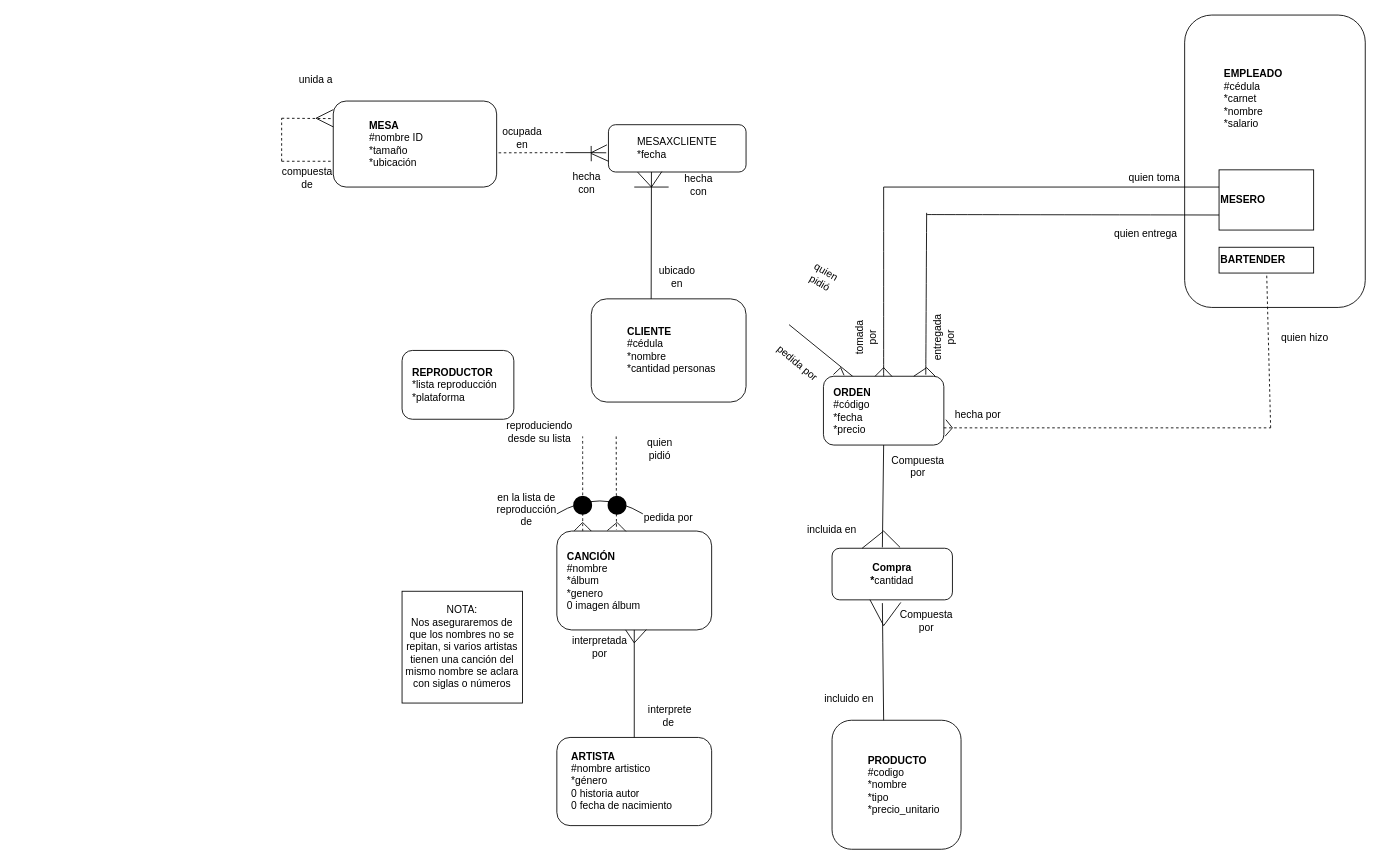
Above: Trabajo1/ModeloER.drawio in M1moreno/EntregasBD (draw.io), before the change. Source tidied: cells renumbered, new cells numbered last; positions are measured from the earlier drawing's top-left corner, leaving out a move shared by most shapes. Both pictures are drawn from the tidied source at 86%, with x=0, y=0 at pixel (281, 15). Pictures stored in the file or linked from it are replaced by grey dashed boxes.
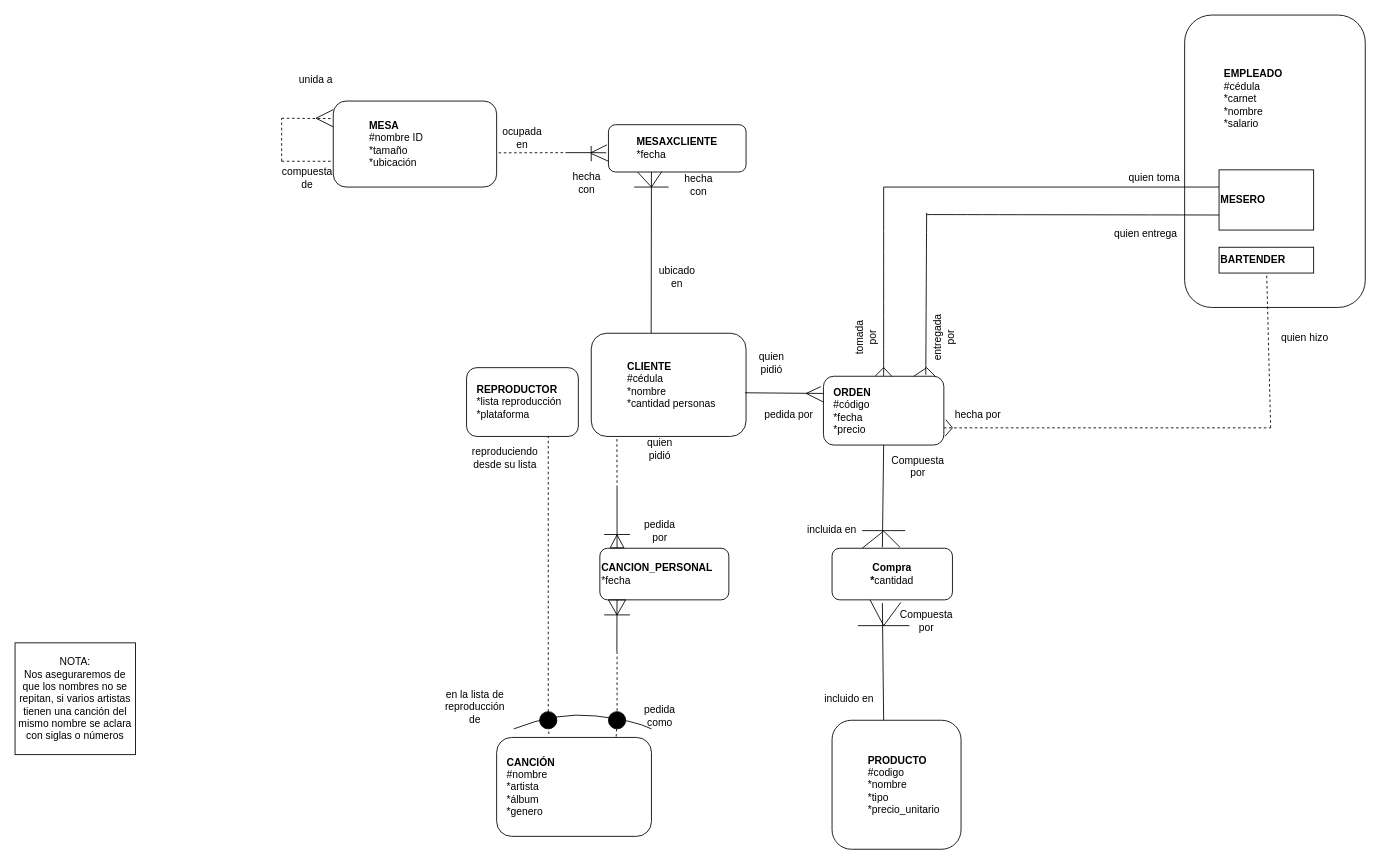
The same diagram, later.

Unchanged cells that the change refers to:
```xml
<mxCell id="15" style="rounded=1;whiteSpace=wrap;html=1;" parent="14" vertex="1">
  <mxGeometry width="140" height="80" as="geometry" />
</mxCell>
<mxCell id="16" value="&lt;div&gt;&lt;b&gt;ORDEN&lt;/b&gt;&lt;/div&gt;&lt;div&gt;#código&lt;/div&gt;&lt;div&gt;*fecha&lt;/div&gt;&lt;div&gt;*precio&lt;/div&gt;" style="text;html=1;strokeColor=none;fillColor=none;align=left;verticalAlign=middle;whiteSpace=wrap;rounded=0;" parent="14" vertex="1">
  <mxGeometry x="10" y="5" width="120" height="70" as="geometry" />
</mxCell>
<mxCell id="18" style="rounded=1;whiteSpace=wrap;html=1;" parent="17" vertex="1">
  <mxGeometry width="180" height="115" as="geometry" />
</mxCell>
```

What changed in the source:
```diff
@@
-    <mxCell id="2" style="endArrow=none;html=1;rounded=0;entryX=0.25;entryY=0;entryDx=0;entryDy=0;" parent="1" edge="1" target="16">
-      <mxGeometry relative="1" as="geometry">
-        <mxPoint x="590" y="360" as="sourcePoint" />
-      </mxGeometry>
-    </mxCell>
@@
     <mxCell id="4" value="&lt;blockquote style=&quot;margin: 0 0 0 40px ; border: none ; padding: 0px&quot;&gt;&lt;b&gt;CLIENTE&lt;br&gt;&lt;/b&gt;#cédula&lt;br&gt;*nombre&lt;br&gt;*cantidad personas&lt;/blockquote&gt;" style="rounded=1;whiteSpace=wrap;html=1;align=left;" parent="1" vertex="1">
-      <mxGeometry x="360" y="330" width="180" height="120" as="geometry" />
+      <mxGeometry x="360" y="370" width="180" height="120" as="geometry" />
     </mxCell>
@@
     <mxCell id="11" style="group;" parent="1" vertex="1">
-      <mxGeometry x="140" y="390" width="130" height="80" as="geometry" />
+      <mxGeometry x="215" y="410" width="130" height="80" as="geometry" />
     </mxCell>
@@
     <mxCell id="17" style="group;" parent="1" vertex="1">
-      <mxGeometry x="320" y="600" width="180" height="115" as="geometry" />
+      <mxGeometry x="250" y="840" width="180" height="115" as="geometry" />
     </mxCell>
@@
-    <mxCell id="19" value="&lt;b&gt;CANCIÓN&lt;/b&gt;&lt;br&gt;#nombre&lt;br&gt;*álbum&lt;br&gt;*genero&lt;br&gt;0 imagen álbum" style="text;html=1;strokeColor=none;fillColor=none;align=left;verticalAlign=middle;whiteSpace=wrap;rounded=0;" parent="17" vertex="1">
+    <mxCell id="19" value="&lt;b&gt;CANCIÓN&lt;/b&gt;&lt;br&gt;#nombre&lt;br&gt;*artista&lt;br&gt;*álbum&lt;br&gt;*genero" style="text;html=1;strokeColor=none;fillColor=none;align=left;verticalAlign=middle;whiteSpace=wrap;rounded=0;" parent="17" vertex="1">
       <mxGeometry x="10" y="12.5" width="160" height="90" as="geometry" />
     </mxCell>
-    <mxCell id="20" style="group;" parent="1" vertex="1">
-      <mxGeometry x="320" y="840" width="180" height="102.5" as="geometry" />
-    </mxCell>
-    <mxCell id="21" style="rounded=1;whiteSpace=wrap;html=1;" parent="20" vertex="1">
-      <mxGeometry width="180" height="102.5" as="geometry" />
-    </mxCell>
-    <mxCell id="22" value="&lt;div&gt;&lt;b&gt;ARTISTA&lt;/b&gt;&lt;/div&gt;&lt;div&gt;#nombre artistico&lt;/div&gt;&lt;div&gt;*género&lt;/div&gt;&lt;div&gt;0 historia autor&lt;/div&gt;&lt;div&gt;0 fecha de nacimiento&lt;/div&gt;" style="text;html=1;strokeColor=none;fillColor=none;align=left;verticalAlign=middle;whiteSpace=wrap;rounded=0;" parent="20" vertex="1">
-      <mxGeometry x="15" y="11.2" width="150" height="80" as="geometry" />
-    </mxCell>
@@
-    <mxCell id="25" style="endArrow=none;dashed=1;html=1;rounded=0;entryX=0.385;entryY=-0.013;entryDx=0;entryDy=0;entryPerimeter=0;" parent="1" edge="1" target="18">
-      <mxGeometry relative="1" as="geometry">
-        <mxPoint x="389" y="490" as="sourcePoint" />
-      </mxGeometry>
+    <mxCell id="25" style="endArrow=none;dashed=1;html=1;rounded=0;entryX=0.772;entryY=0;entryDx=0;entryDy=0;entryPerimeter=0;startArrow=none;" parent="1" edge="1" source="104" target="18">
+      <mxGeometry relative="1" as="geometry" />
     </mxCell>
@@
-    <mxCell id="27" style="endArrow=none;html=1;rounded=0;entryX=0.5;entryY=0;entryDx=0;entryDy=0;exitX=0.5;exitY=1;exitDx=0;exitDy=0;" parent="1" edge="1" source="18" target="21">
-      <mxGeometry relative="1" as="geometry" />
-    </mxCell>
-    <mxCell id="28" style="endArrow=none;html=1;curved=1;" parent="1" edge="1">
-      <mxGeometry relative="1" as="geometry">
-        <mxPoint x="320" y="580" as="sourcePoint" />
-        <mxPoint x="420" y="580" as="targetPoint" />
-        <Array as="points">
-          <mxPoint x="370" y="550" />
-        </Array>
-      </mxGeometry>
-    </mxCell>
@@
-    <mxCell id="30" style="shape=ellipse;html=1;fillColor=#000000;strokeWidth=2;verticalLabelPosition=bottom;verticalAlignment=top;perimeter=ellipsePerimeter;" parent="1" vertex="1">
-      <mxGeometry x="340" y="560" width="20" height="20" as="geometry" />
-    </mxCell>
-    <mxCell id="31" style="shape=ellipse;html=1;fillColor=#000000;strokeWidth=2;verticalLabelPosition=bottom;verticalAlignment=top;perimeter=ellipsePerimeter;" parent="1" vertex="1">
-      <mxGeometry x="380" y="560" width="20" height="20" as="geometry" />
-    </mxCell>
@@
-    <mxCell id="35" style="endArrow=none;html=1;curved=1;exitX=0.111;exitY=0;exitDx=0;exitDy=0;exitPerimeter=0;" parent="1" edge="1" source="18">
-      <mxGeometry relative="1" as="geometry">
-        <mxPoint x="350" y="590" as="targetPoint" />
-      </mxGeometry>
-    </mxCell>
-    <mxCell id="36" style="endArrow=none;html=1;curved=1;" parent="1" edge="1">
-      <mxGeometry relative="1" as="geometry">
-        <mxPoint x="350" y="590" as="sourcePoint" />
-        <mxPoint x="360" y="600" as="targetPoint" />
-      </mxGeometry>
-    </mxCell>
-    <mxCell id="37" style="endArrow=none;dashed=1;html=1;curved=1;exitX=0.167;exitY=0;exitDx=0;exitDy=0;exitPerimeter=0;" parent="1" edge="1" source="18">
-      <mxGeometry relative="1" as="geometry">
-        <mxPoint x="350" y="490" as="targetPoint" />
-      </mxGeometry>
-    </mxCell>
-    <mxCell id="38" style="endArrow=none;html=1;curved=1;exitX=0.326;exitY=-0.005;exitDx=0;exitDy=0;exitPerimeter=0;" parent="1" edge="1" source="18">
-      <mxGeometry relative="1" as="geometry">
-        <mxPoint x="390" y="590" as="targetPoint" />
-      </mxGeometry>
-    </mxCell>
-    <mxCell id="39" style="endArrow=none;html=1;curved=1;exitX=0.446;exitY=0.003;exitDx=0;exitDy=0;exitPerimeter=0;" parent="1" edge="1" source="18">
-      <mxGeometry relative="1" as="geometry">
-        <mxPoint x="390" y="590" as="targetPoint" />
-      </mxGeometry>
-    </mxCell>
     <mxCell id="40" value="en la lista de reproducción de" style="text;html=1;strokeColor=none;fillColor=none;align=center;verticalAlign=middle;whiteSpace=wrap;rounded=0;" parent="1" vertex="1">
-      <mxGeometry x="250" y="550" width="70" height="50" as="geometry" />
+      <mxGeometry x="190" y="780" width="70" height="50" as="geometry" />
     </mxCell>
-    <mxCell id="41" value="pedida por" style="text;html=1;strokeColor=none;fillColor=none;align=center;verticalAlign=middle;whiteSpace=wrap;rounded=0;" parent="1" vertex="1">
-      <mxGeometry x="420" y="570" width="60" height="30" as="geometry" />
+    <mxCell id="41" value="pedida como" style="text;html=1;strokeColor=none;fillColor=none;align=center;verticalAlign=middle;whiteSpace=wrap;rounded=0;" parent="1" vertex="1">
+      <mxGeometry x="410" y="800" width="60" height="30" as="geometry" />
     </mxCell>
     <mxCell id="42" value="reproduciendo desde su lista" style="text;html=1;strokeColor=none;fillColor=none;align=center;verticalAlign=middle;whiteSpace=wrap;rounded=0;" parent="1" vertex="1">
-      <mxGeometry x="270" y="470" width="60" height="30" as="geometry" />
+      <mxGeometry x="230" y="500" width="60" height="30" as="geometry" />
     </mxCell>
@@
-    <mxCell id="44" value="quien pidió" style="text;html=1;strokeColor=none;fillColor=none;align=center;verticalAlign=middle;whiteSpace=wrap;rounded=0;rotation=30;" parent="1" vertex="1">
-      <mxGeometry x="600" y="290" width="60" height="30" as="geometry" />
+    <mxCell id="44" value="quien pidió" style="text;html=1;strokeColor=none;fillColor=none;align=center;verticalAlign=middle;whiteSpace=wrap;rounded=0;rotation=0;" parent="1" vertex="1">
+      <mxGeometry x="540" y="390" width="60" height="30" as="geometry" />
     </mxCell>
-    <mxCell id="45" value="pedida por" style="text;html=1;strokeColor=none;fillColor=none;align=center;verticalAlign=middle;whiteSpace=wrap;rounded=0;rotation=40;" parent="1" vertex="1">
-      <mxGeometry x="570" y="390" width="60" height="30" as="geometry" />
+    <mxCell id="45" value="pedida por" style="text;html=1;strokeColor=none;fillColor=none;align=center;verticalAlign=middle;whiteSpace=wrap;rounded=0;rotation=0;" parent="1" vertex="1">
+      <mxGeometry x="560" y="450" width="60" height="30" as="geometry" />
     </mxCell>
@@
-    <mxCell id="54" value="interpretada por" style="text;html=1;strokeColor=none;fillColor=none;align=center;verticalAlign=middle;whiteSpace=wrap;rounded=0;" parent="1" vertex="1">
-      <mxGeometry x="340" y="720" width="60" height="30" as="geometry" />
-    </mxCell>
-    <mxCell id="55" value="&amp;nbsp;interprete de" style="text;html=1;strokeColor=none;fillColor=none;align=center;verticalAlign=middle;whiteSpace=wrap;rounded=0;" parent="1" vertex="1">
-      <mxGeometry x="420" y="800" width="60" height="30" as="geometry" />
-    </mxCell>
@@
-    <mxCell id="66" style="endArrow=none;html=1;rounded=0;entryX=0.578;entryY=0.997;entryDx=0;entryDy=0;entryPerimeter=0;" parent="1" edge="1" target="18">
-      <mxGeometry relative="1" as="geometry">
-        <mxPoint x="410" y="730" as="sourcePoint" />
-      </mxGeometry>
-    </mxCell>
-    <mxCell id="67" style="endArrow=none;html=1;rounded=0;" parent="1" edge="1">
-      <mxGeometry relative="1" as="geometry">
-        <mxPoint x="400" y="715" as="sourcePoint" />
-        <mxPoint x="410" y="730" as="targetPoint" />
-      </mxGeometry>
-    </mxCell>
@@
-    <mxCell id="70" style="endArrow=none;html=1;rounded=0;entryX=0.083;entryY=-0.025;entryDx=0;entryDy=0;entryPerimeter=0;" parent="1" edge="1" target="15">
-      <mxGeometry relative="1" as="geometry">
-        <mxPoint x="650" y="410" as="sourcePoint" />
-      </mxGeometry>
-    </mxCell>
-    <mxCell id="71" style="endArrow=none;html=1;rounded=0;entryX=0.171;entryY=-0.014;entryDx=0;entryDy=0;entryPerimeter=0;" parent="1" edge="1" target="15">
-      <mxGeometry relative="1" as="geometry">
-        <mxPoint x="650" y="410" as="sourcePoint" />
-      </mxGeometry>
-    </mxCell>
     <mxCell id="72" value="NOTA:&lt;br&gt;Nos aseguraremos de que los nombres no se repitan, si varios artistas tienen una canción del mismo nombre se aclara con siglas o números" style="rounded=0;whiteSpace=wrap;html=1;" parent="1" vertex="1">
-      <mxGeometry x="140" y="670" width="140" height="130" as="geometry" />
+      <mxGeometry x="-310" y="730" width="140" height="130" as="geometry" />
     </mxCell>
-    <mxCell id="73" value="MESAXCLIENTE&lt;br&gt;&lt;div style=&quot;text-align: left&quot;&gt;&lt;span&gt;*fecha&lt;/span&gt;&lt;/div&gt;" style="rounded=1;whiteSpace=wrap;html=1;align=center;" parent="1" vertex="1">
+    <mxCell id="73" value="&lt;b&gt;MESAXCLIENTE&lt;/b&gt;&lt;br&gt;&lt;div style=&quot;text-align: left&quot;&gt;&lt;span&gt;*fecha&lt;/span&gt;&lt;/div&gt;" style="rounded=1;whiteSpace=wrap;html=1;align=center;" parent="1" vertex="1">
       <mxGeometry x="380" y="127.5" width="160" height="55" as="geometry" />
     </mxCell>
@@
+    <mxCell id="97" style="endArrow=none;html=1;rounded=0;exitX=0.993;exitY=0.577;exitDx=0;exitDy=0;exitPerimeter=0;entryX=0;entryY=0.25;entryDx=0;entryDy=0;" parent="1" edge="1" source="4" target="15">
+      <mxGeometry relative="1" as="geometry" />
+    </mxCell>
+    <mxCell id="98" style="endArrow=none;html=1;rounded=0;entryX=-0.022;entryY=0.15;entryDx=0;entryDy=0;entryPerimeter=0;" parent="1" edge="1" target="15">
+      <mxGeometry relative="1" as="geometry">
+        <mxPoint x="610" y="440" as="sourcePoint" />
+      </mxGeometry>
+    </mxCell>
+    <mxCell id="99" style="endArrow=none;html=1;rounded=0;entryX=0;entryY=0.375;entryDx=0;entryDy=0;entryPerimeter=0;" parent="1" edge="1" target="15">
+      <mxGeometry relative="1" as="geometry">
+        <mxPoint x="610" y="440" as="sourcePoint" />
+      </mxGeometry>
+    </mxCell>
+    <mxCell id="100" style="endArrow=none;dashed=1;html=1;rounded=0;exitX=0.5;exitY=0;exitDx=0;exitDy=0;startArrow=none;" parent="1" edge="1" source="102">
+      <mxGeometry relative="1" as="geometry">
+        <mxPoint x="310" y="490" as="targetPoint" />
+      </mxGeometry>
+    </mxCell>
+    <mxCell id="101" style="curved=1;endArrow=none;html=1;rounded=0;endFill=0;" parent="1" edge="1">
+      <mxGeometry relative="1" as="geometry">
+        <mxPoint x="270" y="830" as="sourcePoint" />
+        <mxPoint x="430" y="830" as="targetPoint" />
+        <Array as="points">
+          <mxPoint x="320" y="810" />
+          <mxPoint x="410" y="820" />
+        </Array>
+      </mxGeometry>
+    </mxCell>
+    <mxCell id="102" style="ellipse;whiteSpace=wrap;html=1;fillColor=#000000;" parent="1" vertex="1">
+      <mxGeometry x="300" y="810" width="20" height="20" as="geometry" />
+    </mxCell>
+    <mxCell id="103" style="endArrow=none;dashed=1;html=1;rounded=0;exitX=0.338;exitY=-0.035;exitDx=0;exitDy=0;exitPerimeter=0;" parent="1" edge="1" source="18" target="102">
+      <mxGeometry relative="1" as="geometry" />
+    </mxCell>
+    <mxCell id="104" style="ellipse;whiteSpace=wrap;html=1;fillColor=#000000;" parent="1" vertex="1">
+      <mxGeometry x="380" y="810" width="20" height="20" as="geometry" />
+    </mxCell>
+    <mxCell id="105" style="endArrow=none;dashed=1;html=1;rounded=0;entryX=0.5;entryY=0;entryDx=0;entryDy=0;" parent="1" edge="1" target="104">
+      <mxGeometry relative="1" as="geometry">
+        <mxPoint x="390" y="740" as="sourcePoint" />
+      </mxGeometry>
+    </mxCell>
+    <mxCell id="106" value="&lt;b&gt;CANCION_PERSONAL&lt;/b&gt;&lt;br&gt;*fecha" style="rounded=1;whiteSpace=wrap;html=1;fillColor=#FFFFFF;align=left;" parent="1" vertex="1">
+      <mxGeometry x="370" y="620" width="150" height="60" as="geometry" />
+    </mxCell>
+    <mxCell id="107" style="endArrow=none;html=1;rounded=0;exitX=0;exitY=0.5;exitDx=0;exitDy=0;" parent="1" edge="1" source="111">
+      <mxGeometry relative="1" as="geometry">
+        <mxPoint x="389.8" y="740" as="targetPoint" />
+      </mxGeometry>
+    </mxCell>
+    <mxCell id="108" style="endArrow=none;html=1;rounded=0;exitX=0;exitY=0.5;exitDx=0;exitDy=0;" parent="1" edge="1" source="110">
+      <mxGeometry relative="1" as="geometry">
+        <mxPoint x="390" y="550" as="targetPoint" />
+      </mxGeometry>
+    </mxCell>
+    <mxCell id="109" style="endArrow=none;dashed=1;html=1;rounded=0;" parent="1" edge="1">
+      <mxGeometry relative="1" as="geometry">
+        <mxPoint x="390" y="550" as="sourcePoint" />
+        <mxPoint x="389.8" y="490" as="targetPoint" />
+      </mxGeometry>
+    </mxCell>
+    <mxCell id="110" style="triangle;whiteSpace=wrap;html=1;fillColor=#FFFFFF;rotation=-90;fillOpacity=0;" parent="1" vertex="1">
+      <mxGeometry x="382.5" y="604" width="15" height="16" as="geometry" />
+    </mxCell>
+    <mxCell id="111" style="triangle;whiteSpace=wrap;html=1;fillColor=#FFFFFF;rotation=90;fillOpacity=0;" parent="1" vertex="1">
+      <mxGeometry x="381.2" y="678.8" width="17.5" height="20" as="geometry" />
+    </mxCell>
+    <mxCell id="112" value="pedida&lt;br&gt;por" style="text;html=1;strokeColor=none;fillColor=none;align=center;verticalAlign=middle;whiteSpace=wrap;rounded=0;" parent="1" vertex="1">
+      <mxGeometry x="410" y="585" width="60" height="30" as="geometry" />
+    </mxCell>
+    <mxCell id="113" style="endArrow=none;html=1;rounded=0;" parent="1" edge="1">
+      <mxGeometry relative="1" as="geometry">
+        <mxPoint x="670" y="710" as="sourcePoint" />
+        <mxPoint x="730" y="710" as="targetPoint" />
+      </mxGeometry>
+    </mxCell>
+    <mxCell id="114" style="endArrow=none;html=1;rounded=0;" parent="1" edge="1">
+      <mxGeometry relative="1" as="geometry">
+        <mxPoint x="675" y="599.5" as="sourcePoint" />
+        <mxPoint x="725" y="599.5" as="targetPoint" />
+      </mxGeometry>
+    </mxCell>
+    <mxCell id="115" style="endArrow=none;html=1;rounded=0;" parent="1" edge="1">
+      <mxGeometry relative="1" as="geometry">
+        <mxPoint x="375" y="604" as="sourcePoint" />
+        <mxPoint x="405" y="604" as="targetPoint" />
+      </mxGeometry>
+    </mxCell>
+    <mxCell id="116" style="endArrow=none;html=1;rounded=0;" parent="1" edge="1">
+      <mxGeometry relative="1" as="geometry">
+        <mxPoint x="375" y="697.5" as="sourcePoint" />
+        <mxPoint x="405" y="697.5" as="targetPoint" />
+      </mxGeometry>
+    </mxCell>
```
